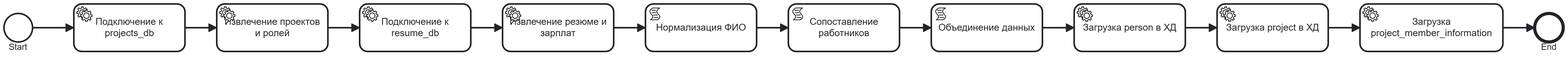
This is BPMN.png from sofytk/lab_work1, a BPMN export, as it was before one commit. Its source is kept beside it as BPMN.bpmn. Ids are renumbered.
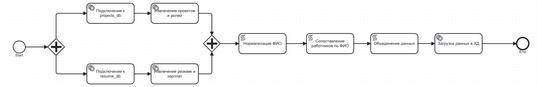
The same file after the commit.

The edit, as a diff of the source:
```diff
@@ -1,116 +1,149 @@
-<bpmn:definitions xmlns:xsi="http://www.w3.org/2001/XMLSchema-instance" xmlns:bpmn="http://www.omg.org/spec/BPMN/20100524/MODEL" xmlns:bpmndi="http://www.omg.org/spec/BPMN/20100524/DI" xmlns:dc="http://www.omg.org/spec/DD/20100524/DC" xmlns:di="http://www.omg.org/spec/DD/20100524/DI" id="Definitions_1" targetNamespace="http://bpmn.io/schema/bpmn" exporter="Camunda Modeler" exporterVersion="5.45.0">
+<bpmn:definitions xmlns:xsi="http://www.w3.org/2001/XMLSchema-instance" xmlns:bpmn="http://www.omg.org/spec/BPMN/20100524/MODEL" xmlns:bpmndi="http://www.omg.org/spec/BPMN/20100524/DI" xmlns:dc="http://www.omg.org/spec/DD/20100524/DC" xmlns:di="http://www.omg.org/spec/DD/20100524/DI" id="Definitions_1" targetNamespace="http://bpmn.io/schema/bpmn" exporter="Camunda Modeler" exporterVersion="5.46.1">
   <bpmn:process id="Process_1" isExecutable="false">
     <bpmn:startEvent id="StartEvent_1" name="Start" />
-    <bpmn:serviceTask id="Task_1" name="Подключение к projects_db" />
-    <bpmn:serviceTask id="Task_2" name="Извлечение проектов и ролей" />
-    <bpmn:serviceTask id="Task_3" name="Подключение к resume_db" />
-    <bpmn:serviceTask id="Task_4" name="Извлечение резюме и зарплат" />
-    <bpmn:scriptTask id="Task_5" name="Нормализация ФИО" />
-    <bpmn:scriptTask id="Task_6" name="Сопоставление работников" />
+    <bpmn:serviceTask id="Task_1" name="Подключение к projects_db">
+      <bpmn:incoming>Flow_n1</bpmn:incoming>
+      <bpmn:outgoing>Flow_n2</bpmn:outgoing>
+    </bpmn:serviceTask>
+    <bpmn:serviceTask id="Task_2" name="Извлечение проектов и ролей">
+      <bpmn:incoming>Flow_n2</bpmn:incoming>
+      <bpmn:outgoing>Flow_n3</bpmn:outgoing>
+    </bpmn:serviceTask>
+    <bpmn:serviceTask id="Task_3" name="Подключение к resume_db">
+      <bpmn:incoming>Flow_n4</bpmn:incoming>
+    </bpmn:serviceTask>
+    <bpmn:serviceTask id="Task_4" name="Извлечение резюме и зарплат">
+      <bpmn:outgoing>Flow_n5</bpmn:outgoing>
+    </bpmn:serviceTask>
+    <bpmn:scriptTask id="Task_5" name="Нормализация ФИО">
+      <bpmn:incoming>Flow_n6</bpmn:incoming>
+    </bpmn:scriptTask>
+    <bpmn:scriptTask id="Task_6" name="Сопоставление работников по ФИО" />
     <bpmn:scriptTask id="Task_7" name="Объединение данных" />
-    <bpmn:serviceTask id="Task_8" name="Загрузка person в ХД" />
-    <bpmn:serviceTask id="Task_9" name="Загрузка project в ХД" />
-    <bpmn:serviceTask id="Task_10" name="Загрузка project_member_information" />
-    <bpmn:endEvent id="EndEvent_1" name="End" />
-    <bpmn:sequenceFlow id="Flow_1" sourceRef="StartEvent_1" targetRef="Task_1" />
-    <bpmn:sequenceFlow id="Flow_2" sourceRef="Task_1" targetRef="Task_2" />
-    <bpmn:sequenceFlow id="Flow_3" sourceRef="Task_2" targetRef="Task_3" />
+    <bpmn:serviceTask id="Task_8" name="Загрузка данных в ХД" />
+    <bpmn:endEvent id="EndEvent_1" name="End">
+      <bpmn:incoming>Flow_9</bpmn:incoming>
+    </bpmn:endEvent>
+    <bpmn:sequenceFlow id="Flow_1" sourceRef="StartEvent_1" targetRef="Gateway_n7" />
     <bpmn:sequenceFlow id="Flow_4" sourceRef="Task_3" targetRef="Task_4" />
-    <bpmn:sequenceFlow id="Flow_5" sourceRef="Task_4" targetRef="Task_5" />
     <bpmn:sequenceFlow id="Flow_6" sourceRef="Task_5" targetRef="Task_6" />
     <bpmn:sequenceFlow id="Flow_7" sourceRef="Task_6" targetRef="Task_7" />
     <bpmn:sequenceFlow id="Flow_8" sourceRef="Task_7" targetRef="Task_8" />
-    <bpmn:sequenceFlow id="Flow_9" sourceRef="Task_8" targetRef="Task_9" />
-    <bpmn:sequenceFlow id="Flow_10" sourceRef="Task_9" targetRef="Task_10" />
-    <bpmn:sequenceFlow id="Flow_11" sourceRef="Task_10" targetRef="EndEvent_1" />
+    <bpmn:sequenceFlow id="Flow_9" sourceRef="Task_8" targetRef="EndEvent_1" />
+    <bpmn:parallelGateway id="Gateway_n7">
+      <bpmn:incoming>Flow_1</bpmn:incoming>
+      <bpmn:outgoing>Flow_n1</bpmn:outgoing>
+      <bpmn:outgoing>Flow_n4</bpmn:outgoing>
+    </bpmn:parallelGateway>
+    <bpmn:sequenceFlow id="Flow_n1" sourceRef="Gateway_n7" targetRef="Task_1" />
+    <bpmn:sequenceFlow id="Flow_n4" sourceRef="Gateway_n7" targetRef="Task_3" />
+    <bpmn:sequenceFlow id="Flow_n2" sourceRef="Task_1" targetRef="Task_2" />
+    <bpmn:parallelGateway id="Gateway_n8">
+      <bpmn:incoming>Flow_n3</bpmn:incoming>
+      <bpmn:incoming>Flow_n5</bpmn:incoming>
+      <bpmn:outgoing>Flow_n6</bpmn:outgoing>
+    </bpmn:parallelGateway>
+    <bpmn:sequenceFlow id="Flow_n3" sourceRef="Task_2" targetRef="Gateway_n8" />
+    <bpmn:sequenceFlow id="Flow_n5" sourceRef="Task_4" targetRef="Gateway_n8" />
+    <bpmn:sequenceFlow id="Flow_n6" sourceRef="Gateway_n8" targetRef="Task_5" />
   </bpmn:process>
   <bpmndi:BPMNDiagram id="BPMNDiagram_1">
     <bpmndi:BPMNPlane id="BPMNPlane_1" bpmnElement="Process_1">
+      <bpmndi:BPMNShape id="Task_1_di" bpmnElement="Task_1">
+        <dc:Bounds x="330" y="80" width="140" height="60" />
+      </bpmndi:BPMNShape>
+      <bpmndi:BPMNShape id="Task_2_di" bpmnElement="Task_2">
+        <dc:Bounds x="520" y="80" width="140" height="60" />
+      </bpmndi:BPMNShape>
+      <bpmndi:BPMNShape id="Task_3_di" bpmnElement="Task_3">
+        <dc:Bounds x="330" y="260" width="140" height="60" />
+      </bpmndi:BPMNShape>
+      <bpmndi:BPMNShape id="Task_4_di" bpmnElement="Task_4">
+        <dc:Bounds x="520" y="260" width="140" height="60" />
+      </bpmndi:BPMNShape>
+      <bpmndi:BPMNShape id="Gateway_n7_di" bpmnElement="Gateway_n7">
+        <dc:Bounds x="214" y="185" width="50" height="50" />
+      </bpmndi:BPMNShape>
       <bpmndi:BPMNShape id="StartEvent_di" bpmnElement="StartEvent_1">
-        <dc:Bounds x="112" y="92" width="36" height="36" />
+        <dc:Bounds x="112" y="192" width="36" height="36" />
         <bpmndi:BPMNLabel>
-          <dc:Bounds x="118" y="128" width="24" height="14" />
+          <dc:Bounds x="118" y="228" width="24" height="14" />
         </bpmndi:BPMNLabel>
       </bpmndi:BPMNShape>
-      <bpmndi:BPMNShape id="Task_1_di" bpmnElement="Task_1">
-        <dc:Bounds x="200" y="80" width="140" height="60" />
-      </bpmndi:BPMNShape>
-      <bpmndi:BPMNShape id="Task_2_di" bpmnElement="Task_2">
-        <dc:Bounds x="380" y="80" width="140" height="60" />
-      </bpmndi:BPMNShape>
-      <bpmndi:BPMNShape id="Task_3_di" bpmnElement="Task_3">
-        <dc:Bounds x="560" y="80" width="140" height="60" />
-      </bpmndi:BPMNShape>
-      <bpmndi:BPMNShape id="Task_4_di" bpmnElement="Task_4">
-        <dc:Bounds x="740" y="80" width="140" height="60" />
+      <bpmndi:BPMNShape id="Gateway_n8_di" bpmnElement="Gateway_n8">
+        <dc:Bounds x="675" y="175" width="50" height="50" />
       </bpmndi:BPMNShape>
       <bpmndi:BPMNShape id="Task_5_di" bpmnElement="Task_5">
-        <dc:Bounds x="920" y="80" width="140" height="60" />
+        <dc:Bounds x="780" y="170" width="140" height="60" />
       </bpmndi:BPMNShape>
       <bpmndi:BPMNShape id="Task_6_di" bpmnElement="Task_6">
-        <dc:Bounds x="1100" y="80" width="140" height="60" />
+        <dc:Bounds x="980" y="170" width="140" height="60" />
+        <bpmndi:BPMNLabel />
       </bpmndi:BPMNShape>
       <bpmndi:BPMNShape id="Task_7_di" bpmnElement="Task_7">
-        <dc:Bounds x="1280" y="80" width="140" height="60" />
+        <dc:Bounds x="1170" y="170" width="140" height="60" />
       </bpmndi:BPMNShape>
       <bpmndi:BPMNShape id="Task_8_di" bpmnElement="Task_8">
-        <dc:Bounds x="1460" y="80" width="140" height="60" />
-      </bpmndi:BPMNShape>
-      <bpmndi:BPMNShape id="Task_9_di" bpmnElement="Task_9">
-        <dc:Bounds x="1640" y="80" width="140" height="60" />
-      </bpmndi:BPMNShape>
-      <bpmndi:BPMNShape id="Task_10_di" bpmnElement="Task_10">
-        <dc:Bounds x="1820" y="80" width="180" height="60" />
+        <dc:Bounds x="1360" y="170" width="140" height="60" />
+        <bpmndi:BPMNLabel />
       </bpmndi:BPMNShape>
       <bpmndi:BPMNShape id="EndEvent_di" bpmnElement="EndEvent_1">
-        <dc:Bounds x="2040" y="92" width="36" height="36" />
+        <dc:Bounds x="1602" y="182" width="36" height="36" />
         <bpmndi:BPMNLabel>
-          <dc:Bounds x="2048" y="128" width="20" height="14" />
+          <dc:Bounds x="1610" y="218" width="20" height="14" />
         </bpmndi:BPMNLabel>
       </bpmndi:BPMNShape>
-      <bpmndi:BPMNEdge id="Flow_1_di" bpmnElement="Flow_1">
-        <di:waypoint x="148" y="110" />
-        <di:waypoint x="200" y="110" />
+      <bpmndi:BPMNEdge id="Flow_6_di" bpmnElement="Flow_6">
+        <di:waypoint x="920" y="200" />
+        <di:waypoint x="980" y="200" />
       </bpmndi:BPMNEdge>
-      <bpmndi:BPMNEdge id="Flow_2_di" bpmnElement="Flow_2">
-        <di:waypoint x="340" y="110" />
-        <di:waypoint x="380" y="110" />
+      <bpmndi:BPMNEdge id="Flow_7_di" bpmnElement="Flow_7">
+        <di:waypoint x="1120" y="200" />
+        <di:waypoint x="1170" y="200" />
       </bpmndi:BPMNEdge>
-      <bpmndi:BPMNEdge id="Flow_3_di" bpmnElement="Flow_3">
+      <bpmndi:BPMNEdge id="Flow_8_di" bpmnElement="Flow_8">
+        <di:waypoint x="1310" y="200" />
+        <di:waypoint x="1360" y="200" />
+      </bpmndi:BPMNEdge>
+      <bpmndi:BPMNEdge id="Flow_9_di" bpmnElement="Flow_9">
+        <di:waypoint x="1500" y="200" />
+        <di:waypoint x="1602" y="200" />
+      </bpmndi:BPMNEdge>
+      <bpmndi:BPMNEdge id="Flow_n1_di" bpmnElement="Flow_n1">
+        <di:waypoint x="239" y="185" />
+        <di:waypoint x="239" y="110" />
+        <di:waypoint x="330" y="110" />
+      </bpmndi:BPMNEdge>
+      <bpmndi:BPMNEdge id="Flow_n2_di" bpmnElement="Flow_n2">
+        <di:waypoint x="470" y="110" />
         <di:waypoint x="520" y="110" />
-        <di:waypoint x="560" y="110" />
+      </bpmndi:BPMNEdge>
+      <bpmndi:BPMNEdge id="Flow_n4_di" bpmnElement="Flow_n4">
+        <di:waypoint x="239" y="235" />
+        <di:waypoint x="239" y="290" />
+        <di:waypoint x="330" y="290" />
       </bpmndi:BPMNEdge>
       <bpmndi:BPMNEdge id="Flow_4_di" bpmnElement="Flow_4">
+        <di:waypoint x="470" y="290" />
+        <di:waypoint x="520" y="290" />
+      </bpmndi:BPMNEdge>
+      <bpmndi:BPMNEdge id="Flow_1_di" bpmnElement="Flow_1">
+        <di:waypoint x="148" y="210" />
+        <di:waypoint x="214" y="210" />
+      </bpmndi:BPMNEdge>
+      <bpmndi:BPMNEdge id="Flow_n3_di" bpmnElement="Flow_n3">
+        <di:waypoint x="660" y="110" />
         <di:waypoint x="700" y="110" />
-        <di:waypoint x="740" y="110" />
+        <di:waypoint x="700" y="175" />
       </bpmndi:BPMNEdge>
-      <bpmndi:BPMNEdge id="Flow_5_di" bpmnElement="Flow_5">
-        <di:waypoint x="880" y="110" />
-        <di:waypoint x="920" y="110" />
+      <bpmndi:BPMNEdge id="Flow_n5_di" bpmnElement="Flow_n5">
+        <di:waypoint x="660" y="290" />
+        <di:waypoint x="700" y="290" />
+        <di:waypoint x="700" y="225" />
       </bpmndi:BPMNEdge>
-      <bpmndi:BPMNEdge id="Flow_6_di" bpmnElement="Flow_6">
-        <di:waypoint x="1060" y="110" />
-        <di:waypoint x="1100" y="110" />
-      </bpmndi:BPMNEdge>
-      <bpmndi:BPMNEdge id="Flow_7_di" bpmnElement="Flow_7">
-        <di:waypoint x="1240" y="110" />
-        <di:waypoint x="1280" y="110" />
-      </bpmndi:BPMNEdge>
-      <bpmndi:BPMNEdge id="Flow_8_di" bpmnElement="Flow_8">
-        <di:waypoint x="1420" y="110" />
-        <di:waypoint x="1460" y="110" />
-      </bpmndi:BPMNEdge>
-      <bpmndi:BPMNEdge id="Flow_9_di" bpmnElement="Flow_9">
-        <di:waypoint x="1600" y="110" />
-        <di:waypoint x="1640" y="110" />
-      </bpmndi:BPMNEdge>
-      <bpmndi:BPMNEdge id="Flow_10_di" bpmnElement="Flow_10">
-        <di:waypoint x="1780" y="110" />
-        <di:waypoint x="1820" y="110" />
-      </bpmndi:BPMNEdge>
-      <bpmndi:BPMNEdge id="Flow_11_di" bpmnElement="Flow_11">
-        <di:waypoint x="2000" y="110" />
-        <di:waypoint x="2040" y="110" />
+      <bpmndi:BPMNEdge id="Flow_n6_di" bpmnElement="Flow_n6">
+        <di:waypoint x="725" y="200" />
+        <di:waypoint x="780" y="200" />
       </bpmndi:BPMNEdge>
     </bpmndi:BPMNPlane>
   </bpmndi:BPMNDiagram>
```
